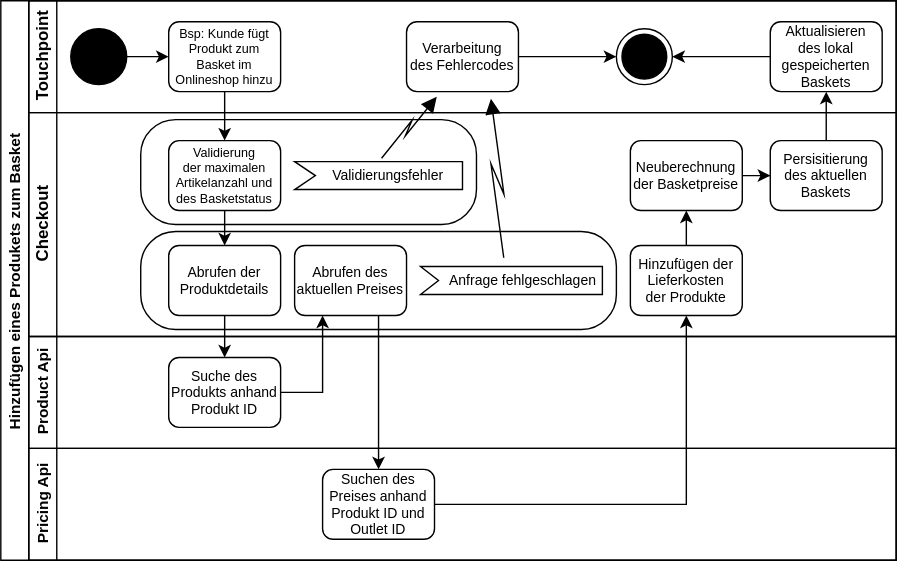
Earlier version of the draw.io export svg/AD AddProduct.svg (Thalmaier/bachelor-thesis). Source tidied: cells renumbered, new cells last; positions are measured from the earlier drawing's top-left corner, leaving out a move shared by most shapes. Its diagram source:
```xml
<mxGraphModel>
  <root>
    <mxCell id="0" />
    <mxCell id="1" parent="0" />
    <mxCell id="2" value="Hinzufügen eines Produkets zum Basket" style="swimlane;horizontal=0;startSize=20;fontColor=#000000;strokeColor=#000000;fontSize=11;fillColor=none;" parent="1" vertex="1">
      <mxGeometry width="640" height="400" as="geometry" />
    </mxCell>
    <mxCell id="3" value="Touchpoint" style="swimlane;html=1;startSize=20;horizontal=0;fontColor=#000000;strokeColor=#000000;fillColor=none;" parent="2" vertex="1">
      <mxGeometry x="20" width="620" height="80" as="geometry" />
    </mxCell>
    <mxCell id="4" style="edgeStyle=orthogonalEdgeStyle;rounded=0;jettySize=auto;html=1;fontColor=#000000;strokeColor=#000000;" parent="3" edge="1" source="5" target="6">
      <mxGeometry relative="1" as="geometry" />
    </mxCell>
    <mxCell id="5" style="ellipse;whiteSpace=wrap;html=1;fontColor=#000000;strokeColor=#000000;fillColor=#000000;" parent="3" vertex="1">
      <mxGeometry x="30" y="20" width="40" height="40" as="geometry" />
    </mxCell>
    <mxCell id="6" value="Bsp: Kunde fügt &#10;Produkt zum &#10;Basket im&#10;Onlineshop hinzu" style="rounded=1;fontFamily=Helvetica;fontSize=9;fontColor=#000000;align=center;strokeColor=#000000;fillColor=#FFFFFF;" parent="3" vertex="1">
      <mxGeometry x="100" y="15" width="80" height="50" as="geometry" />
    </mxCell>
    <mxCell id="7" style="edgeStyle=orthogonalEdgeStyle;rounded=0;jettySize=auto;html=1;fontSize=10;fontColor=#000000;strokeColor=#000000;" parent="3" edge="1" source="8" target="9">
      <mxGeometry relative="1" as="geometry" />
    </mxCell>
    <mxCell id="8" value="Verarbeitung&#10;des Fehlercodes" style="rounded=1;fontFamily=Helvetica;fontSize=10;fontColor=#000000;align=center;strokeColor=#000000;fillColor=#FFFFFF;" parent="3" vertex="1">
      <mxGeometry x="270" y="15" width="80" height="50" as="geometry" />
    </mxCell>
    <mxCell id="9" style="ellipse;html=1;shape=endState;fillColor=#000000;strokeColor=#000000;fontSize=10;fontColor=#000000;" parent="3" vertex="1">
      <mxGeometry x="420" y="20" width="40" height="40" as="geometry" />
    </mxCell>
    <mxCell id="10" style="edgeStyle=orthogonalEdgeStyle;rounded=0;jettySize=auto;html=1;entryX=1;entryY=0.5;entryDx=0;entryDy=0;fontSize=11;fontColor=#000000;strokeColor=#000000;" parent="3" edge="1" source="11" target="9">
      <mxGeometry relative="1" as="geometry" />
    </mxCell>
    <mxCell id="11" value="Aktualisieren&#10;des lokal&#10;gespeicherten&#10;Baskets" style="rounded=1;fontFamily=Helvetica;fontSize=10;fontColor=#000000;align=center;strokeColor=#000000;fillColor=#FFFFFF;" parent="3" vertex="1">
      <mxGeometry x="530" y="15" width="80" height="50" as="geometry" />
    </mxCell>
    <mxCell id="12" style="edgeStyle=orthogonalEdgeStyle;rounded=0;jettySize=auto;html=1;fontSize=10;fontColor=#000000;strokeColor=#000000;" parent="2" edge="1" source="6" target="17">
      <mxGeometry relative="1" as="geometry" />
    </mxCell>
    <mxCell id="13" value="Checkout" style="swimlane;html=1;startSize=20;horizontal=0;fontColor=#000000;strokeColor=#000000;fillColor=none;" parent="2" vertex="1">
      <mxGeometry x="20" y="80" width="620" height="160" as="geometry" />
    </mxCell>
    <mxCell id="14" style="html=1;align=right;verticalAlign=top;rounded=1;absoluteArcSize=1;arcSize=50;dashed=0;spacingTop=10;spacingRight=30;sketch=0;fillStyle=auto;fillColor=none;strokeColor=#000000;" parent="13" vertex="1">
      <mxGeometry x="80" y="85" width="340" height="70" as="geometry" />
    </mxCell>
    <mxCell id="15" style="html=1;align=right;verticalAlign=top;rounded=1;absoluteArcSize=1;arcSize=50;dashed=0;spacingTop=10;spacingRight=30;sketch=0;fillStyle=auto;fillColor=none;strokeColor=#000000;" parent="13" vertex="1">
      <mxGeometry x="80" y="5" width="240" height="75" as="geometry" />
    </mxCell>
    <mxCell id="16" style="edgeStyle=orthogonalEdgeStyle;rounded=0;jettySize=auto;html=1;exitX=0.5;exitY=1;exitDx=0;exitDy=0;fontSize=11;fontColor=#000000;strokeColor=#000000;entryX=0.5;entryY=0;entryDx=0;entryDy=0;" parent="13" edge="1" source="17" target="24">
      <mxGeometry relative="1" as="geometry" />
    </mxCell>
    <mxCell id="17" value="Validierung&#10;der maximalen&#10;Artikelanzahl und&#10;des Basketstatus" style="rounded=1;fontFamily=Helvetica;fontSize=9;fontColor=#000000;align=center;strokeColor=#000000;fillColor=#FFFFFF;" parent="13" vertex="1">
      <mxGeometry x="100" y="20" width="80" height="50" as="geometry" />
    </mxCell>
    <mxCell id="18" style="edgeStyle=orthogonalEdgeStyle;rounded=0;jettySize=auto;html=1;exitX=1;exitY=0.5;exitDx=0;exitDy=0;strokeColor=#000000;" parent="13" edge="1" source="19" target="20">
      <mxGeometry relative="1" as="geometry" />
    </mxCell>
    <mxCell id="19" value="Neuberechnung&#10;der Basketpreise" style="rounded=1;fontFamily=Helvetica;fontSize=10;fontColor=#000000;align=center;strokeColor=#000000;fillColor=#FFFFFF;" parent="13" vertex="1">
      <mxGeometry x="430" y="20" width="80" height="50" as="geometry" />
    </mxCell>
    <mxCell id="20" value="Persisitierung&#10;des aktuellen&#10;Baskets" style="rounded=1;fontFamily=Helvetica;fontSize=10;fontColor=#000000;align=center;strokeColor=#000000;fillColor=#FFFFFF;" parent="13" vertex="1">
      <mxGeometry x="530" y="20" width="80" height="50" as="geometry" />
    </mxCell>
    <mxCell id="21" value="Abrufen des&#10;aktuellen Preises" style="rounded=1;fontFamily=Helvetica;fontSize=10;fontColor=#000000;align=center;strokeColor=#000000;fillColor=#FFFFFF;" parent="13" vertex="1">
      <mxGeometry x="190" y="95" width="80" height="50" as="geometry" />
    </mxCell>
    <mxCell id="22" style="edgeStyle=orthogonalEdgeStyle;rounded=0;jettySize=auto;html=1;strokeColor=#000000;" parent="13" edge="1" source="23" target="19">
      <mxGeometry relative="1" as="geometry" />
    </mxCell>
    <mxCell id="23" value="Hinzufügen der&#10;Lieferkosten&#10;der Produkte" style="rounded=1;fontFamily=Helvetica;fontSize=10;fontColor=#000000;align=center;strokeColor=#000000;fillColor=#FFFFFF;" parent="13" vertex="1">
      <mxGeometry x="430" y="95" width="80" height="50" as="geometry" />
    </mxCell>
    <mxCell id="24" value="Abrufen der&#10;Produktdetails" style="rounded=1;fontFamily=Helvetica;fontSize=10;fontColor=#000000;align=center;strokeColor=#000000;fillColor=#FFFFFF;" parent="13" vertex="1">
      <mxGeometry x="100" y="95" width="80" height="50" as="geometry" />
    </mxCell>
    <mxCell id="25" value="Validierungsfehler" style="shape=mxgraph.infographic.ribbonSimple;notch1=14.86;notch2=0;align=center;verticalAlign=middle;fontSize=10;fontStyle=0;fillColor=#FFFFFF;flipH=0;spacingRight=0;spacingLeft=14;rounded=1;sketch=0;fillStyle=auto;strokeColor=#000000;fontColor=#000000;" parent="13" vertex="1">
      <mxGeometry x="190" y="35" width="120" height="20" as="geometry" />
    </mxCell>
    <mxCell id="26" value=" Anfrage fehlgeschlagen" style="shape=mxgraph.infographic.ribbonSimple;notch1=12.86;notch2=0;align=center;verticalAlign=middle;fontSize=10;fontStyle=0;fillColor=#FFFFFF;flipH=0;spacingRight=0;spacingLeft=14;rounded=1;sketch=0;fillStyle=auto;strokeColor=#000000;fontColor=#000000;" parent="13" vertex="1">
      <mxGeometry x="280" y="110" width="130" height="20" as="geometry" />
    </mxCell>
    <mxCell id="27" value="Product Api" style="swimlane;html=1;startSize=20;horizontal=0;fontColor=#000000;strokeColor=#000000;fontSize=11;fillColor=none;" parent="2" vertex="1">
      <mxGeometry x="20" y="240" width="620" height="80" as="geometry" />
    </mxCell>
    <mxCell id="28" value="Suche des &#10;Produkts anhand&#10;Produkt ID" style="rounded=1;fontFamily=Helvetica;fontSize=10;fontColor=#000000;align=center;strokeColor=#000000;fillColor=#FFFFFF;" parent="27" vertex="1">
      <mxGeometry x="100" y="15" width="80" height="50" as="geometry" />
    </mxCell>
    <mxCell id="29" style="edgeStyle=orthogonalEdgeStyle;rounded=0;orthogonalLoop=1;jettySize=auto;html=1;fontSize=11;fontColor=#000000;strokeColor=#000000;" parent="2" edge="1">
      <mxGeometry relative="1" as="geometry">
        <mxPoint x="160" y="220" as="sourcePoint" />
      </mxGeometry>
    </mxCell>
    <mxCell id="30" value="Pricing Api" style="swimlane;html=1;startSize=20;horizontal=0;fontColor=#000000;strokeColor=#000000;fontSize=11;fillColor=none;" parent="2" vertex="1">
      <mxGeometry x="20" y="320" width="620" height="80" as="geometry" />
    </mxCell>
    <mxCell id="31" value="Suchen des&#10;Preises anhand&#10;Produkt ID und&#10;Outlet ID" style="rounded=1;fontFamily=Helvetica;fontSize=10;fontColor=#000000;align=center;strokeColor=#000000;fillColor=#FFFFFF;" parent="30" vertex="1">
      <mxGeometry x="210" y="15" width="80" height="50" as="geometry" />
    </mxCell>
    <mxCell id="32" style="edgeStyle=orthogonalEdgeStyle;rounded=0;jettySize=auto;html=1;entryX=0.5;entryY=1;entryDx=0;entryDy=0;fontSize=11;fontColor=#000000;strokeColor=#000000;" parent="2" edge="1" source="20" target="11">
      <mxGeometry relative="1" as="geometry" />
    </mxCell>
    <mxCell id="33" style="edgeStyle=orthogonalEdgeStyle;rounded=0;orthogonalLoop=1;jettySize=auto;html=1;exitX=1;exitY=0.5;exitDx=0;exitDy=0;entryX=0.5;entryY=1;entryDx=0;entryDy=0;fontSize=11;fontColor=#000000;strokeColor=#000000;" parent="2" edge="1">
      <mxGeometry relative="1" as="geometry">
        <mxPoint x="260" y="220" as="targetPoint" />
      </mxGeometry>
    </mxCell>
    <mxCell id="34" style="edgeStyle=orthogonalEdgeStyle;rounded=0;jettySize=auto;html=1;exitX=1;exitY=0.5;exitDx=0;exitDy=0;entryX=0.5;entryY=1;entryDx=0;entryDy=0;strokeColor=#000000;" parent="2" edge="1" source="31" target="23">
      <mxGeometry relative="1" as="geometry" />
    </mxCell>
    <mxCell id="35" style="edgeStyle=orthogonalEdgeStyle;rounded=0;jettySize=auto;html=1;entryX=0.25;entryY=1;entryDx=0;entryDy=0;strokeColor=#000000;" parent="2" edge="1" source="28" target="21">
      <mxGeometry relative="1" as="geometry" />
    </mxCell>
    <mxCell id="36" style="edgeStyle=orthogonalEdgeStyle;rounded=0;jettySize=auto;html=1;exitX=0.75;exitY=1;exitDx=0;exitDy=0;strokeColor=#000000;" parent="2" edge="1" source="21" target="31">
      <mxGeometry relative="1" as="geometry" />
    </mxCell>
    <mxCell id="37" style="edgeStyle=orthogonalEdgeStyle;rounded=0;jettySize=auto;html=1;strokeColor=#000000;" parent="2" edge="1" source="24" target="28">
      <mxGeometry relative="1" as="geometry" />
    </mxCell>
    <mxCell id="38" style="shape=mxgraph.lean_mapping.electronic_info_flow_edge;html=1;rounded=0;fontSize=12;fontColor=#000000;endArrow=classic;endFill=1;strokeColor=#000000;entryX=0.288;entryY=1.044;entryDx=0;entryDy=0;exitX=0;exitY=0;exitDx=60;exitDy=0;exitPerimeter=0;entryPerimeter=0;" parent="2" edge="1" source="25" target="8">
      <mxGeometry relative="1" as="geometry">
        <Array as="points">
          <mxPoint x="250" y="95" />
        </Array>
      </mxGeometry>
    </mxCell>
    <mxCell id="39" style="shape=mxgraph.lean_mapping.electronic_info_flow_edge;html=1;rounded=0;fontSize=12;fontColor=#000000;endArrow=classic;endFill=1;strokeColor=#000000;entryX=0.75;entryY=1;entryDx=0;entryDy=0;exitX=0;exitY=0;exitDx=60;exitDy=0;exitPerimeter=0;" parent="2" edge="1" source="26" target="8">
      <mxGeometry relative="1" as="geometry">
        <Array as="points">
          <mxPoint x="260" y="105" />
        </Array>
      </mxGeometry>
    </mxCell>
  </root>
</mxGraphModel>
```
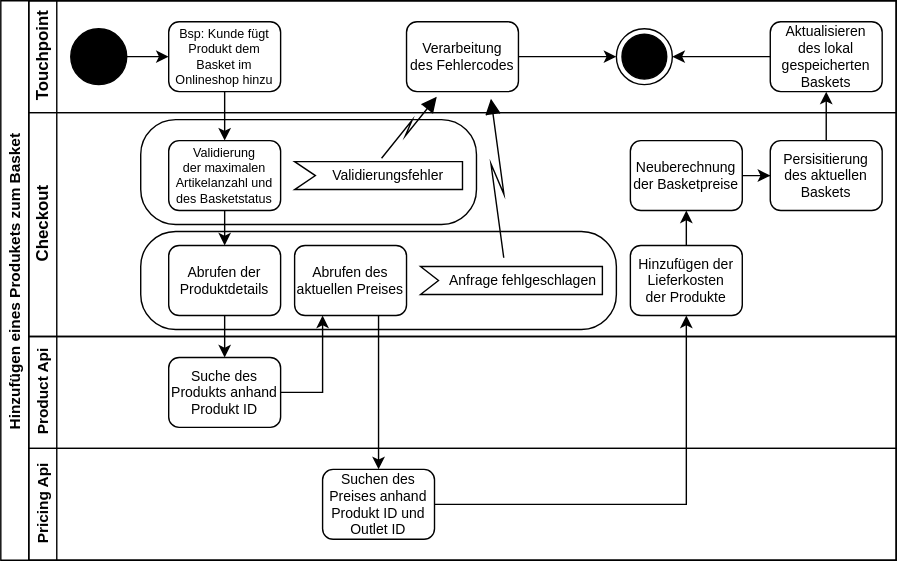
After the commit.

What changed in the source:
```diff
@@ -14,7 +14,7 @@
     <mxCell id="5" style="ellipse;whiteSpace=wrap;html=1;fontColor=#000000;strokeColor=#000000;fillColor=#000000;" parent="3" vertex="1">
       <mxGeometry x="30" y="20" width="40" height="40" as="geometry" />
     </mxCell>
-    <mxCell id="6" value="Bsp: Kunde fügt &#10;Produkt zum &#10;Basket im&#10;Onlineshop hinzu" style="rounded=1;fontFamily=Helvetica;fontSize=9;fontColor=#000000;align=center;strokeColor=#000000;fillColor=#FFFFFF;" parent="3" vertex="1">
+    <mxCell id="6" value="Bsp: Kunde fügt &#10;Produkt dem&#10;Basket im&#10;Onlineshop hinzu" style="rounded=1;fontFamily=Helvetica;fontSize=9;fontColor=#000000;align=center;strokeColor=#000000;fillColor=#FFFFFF;" parent="3" vertex="1">
       <mxGeometry x="100" y="15" width="80" height="50" as="geometry" />
     </mxCell>
     <mxCell id="7" style="edgeStyle=orthogonalEdgeStyle;rounded=0;jettySize=auto;html=1;fontSize=10;fontColor=#000000;strokeColor=#000000;" parent="3" edge="1" source="8" target="9">
```
